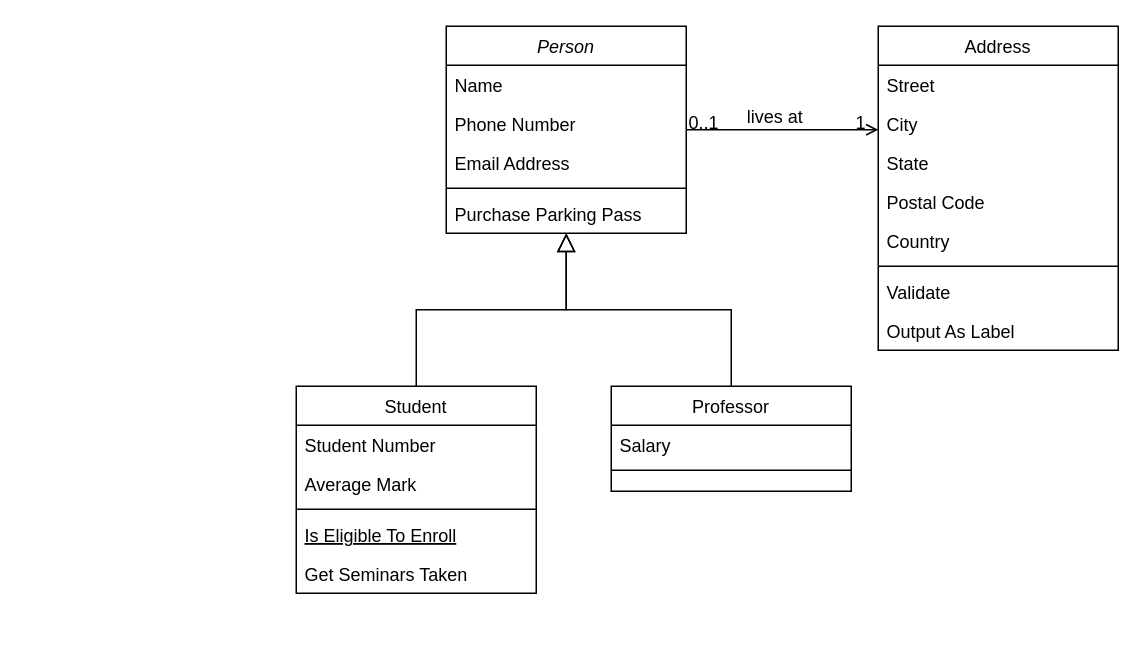
chordcreater/chordcreater.github.io keeps this draw.io diagram as 健康度打灯规则类图.drawio. Above is the earlier version. Source tidied: cells renumbered, new cells numbered last; positions are measured from the earlier drawing's top-left corner, leaving out a move shared by most shapes. Both pictures are drawn from the tidied source at 150%, with x=0, y=0 at pixel (296, 26).
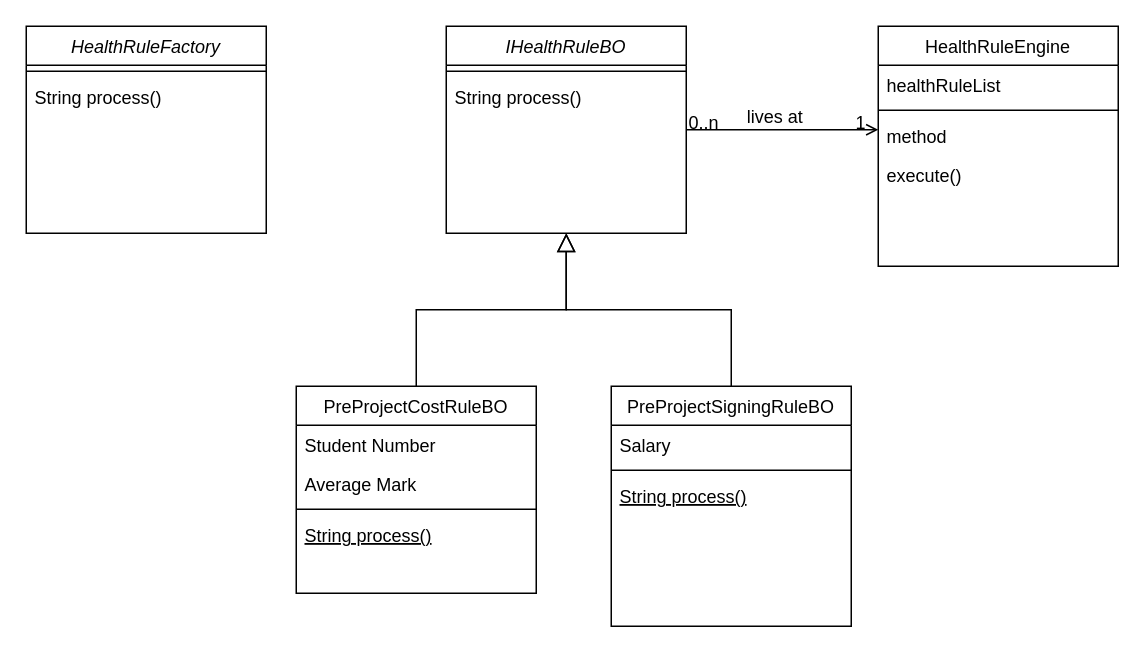
The same diagram, later.

Commit message (it also covers changes not shown here):
更新健康度打灯规则类图.drawio

The change refers to these unchanged cells:
```xml
<mxCell id="28" style="endArrow=open;shadow=0;strokeWidth=1;rounded=0;curved=0;endFill=1;edgeStyle=elbowEdgeStyle;elbow=vertical;" parent="1" edge="1" source="2" target="19">
  <mxGeometry x="0.5" y="41" relative="1" as="geometry">
    <mxPoint x="-40" y="32" as="offset" />
  </mxGeometry>
</mxCell>
```

What changed in the source:
```diff
@@
-    <mxCell id="2" value="Person" style="swimlane;fontStyle=2;align=center;verticalAlign=top;horizontal=1;startSize=26;rounded=0;shadow=0;strokeWidth=1;" parent="1" vertex="1">
+    <mxCell id="2" value="IHealthRuleBO" style="swimlane;fontStyle=2;align=center;verticalAlign=top;horizontal=1;startSize=26;rounded=0;shadow=0;strokeWidth=1;" parent="1" vertex="1">
       <mxGeometry x="100" width="160" height="138" as="geometry" />
     </mxCell>
-    <mxCell id="3" value="Name" style="text;align=left;verticalAlign=top;spacingLeft=4;spacingRight=4;overflow=hidden;" parent="2" vertex="1">
-      <mxGeometry y="26" width="160" height="26" as="geometry" />
-    </mxCell>
-    <mxCell id="4" value="Phone Number" style="text;align=left;verticalAlign=top;spacingLeft=4;spacingRight=4;overflow=hidden;rounded=0;shadow=0;html=0;" parent="2" vertex="1">
-      <mxGeometry y="52" width="160" height="26" as="geometry" />
-    </mxCell>
-    <mxCell id="5" value="Email Address" style="text;align=left;verticalAlign=top;spacingLeft=4;spacingRight=4;overflow=hidden;rounded=0;shadow=0;html=0;" parent="2" vertex="1">
-      <mxGeometry y="78" width="160" height="26" as="geometry" />
-    </mxCell>
     <mxCell id="6" style="line;html=1;strokeWidth=1;align=left;verticalAlign=middle;spacingTop=-1;spacingLeft=3;spacingRight=3;labelPosition=right;" parent="2" vertex="1">
-      <mxGeometry y="104" width="160" height="8" as="geometry" />
+      <mxGeometry y="26" width="160" height="8" as="geometry" />
     </mxCell>
-    <mxCell id="7" value="Purchase Parking Pass" style="text;align=left;verticalAlign=top;spacingLeft=4;spacingRight=4;overflow=hidden;" parent="2" vertex="1">
-      <mxGeometry y="112" width="160" height="26" as="geometry" />
+    <mxCell id="7" value="String process()" style="text;align=left;verticalAlign=top;spacingLeft=4;spacingRight=4;overflow=hidden;" parent="2" vertex="1">
+      <mxGeometry y="34" width="160" height="26" as="geometry" />
     </mxCell>
-    <mxCell id="8" value="Student" style="swimlane;fontStyle=0;align=center;verticalAlign=top;horizontal=1;startSize=26;rounded=0;shadow=0;strokeWidth=1;" parent="1" vertex="1">
+    <mxCell id="8" value="PreProjectCostRuleBO" style="swimlane;fontStyle=0;align=center;verticalAlign=top;horizontal=1;startSize=26;rounded=0;shadow=0;strokeWidth=1;" parent="1" vertex="1">
       <mxGeometry y="240" width="160" height="138" as="geometry" />
     </mxCell>
@@
-    <mxCell id="12" value="Is Eligible To Enroll" style="text;align=left;verticalAlign=top;spacingLeft=4;spacingRight=4;overflow=hidden;fontStyle=4;" parent="8" vertex="1">
+    <mxCell id="12" value="String process()" style="text;align=left;verticalAlign=top;spacingLeft=4;spacingRight=4;overflow=hidden;fontStyle=4;" parent="8" vertex="1">
       <mxGeometry y="86" width="160" height="26" as="geometry" />
     </mxCell>
-    <mxCell id="13" value="Get Seminars Taken" style="text;align=left;verticalAlign=top;spacingLeft=4;spacingRight=4;overflow=hidden;" parent="8" vertex="1">
-      <mxGeometry y="112" width="160" height="26" as="geometry" />
-    </mxCell>
@@
-    <mxCell id="15" value="Professor" style="swimlane;fontStyle=0;align=center;verticalAlign=top;horizontal=1;startSize=26;rounded=0;shadow=0;strokeWidth=1;" parent="1" vertex="1">
-      <mxGeometry x="210" y="240" width="160" height="70" as="geometry" />
+    <mxCell id="15" value="PreProjectSigningRuleBO" style="swimlane;fontStyle=0;align=center;verticalAlign=top;horizontal=1;startSize=26;rounded=0;shadow=0;strokeWidth=1;" parent="1" vertex="1">
+      <mxGeometry x="210" y="240" width="160" height="160" as="geometry" />
     </mxCell>
@@
+    <mxCell id="32" value="String process()" style="text;align=left;verticalAlign=top;spacingLeft=4;spacingRight=4;overflow=hidden;fontStyle=4;" parent="15" vertex="1">
+      <mxGeometry y="60" width="160" height="26" as="geometry" />
+    </mxCell>
@@
-    <mxCell id="19" value="Address" style="swimlane;fontStyle=0;align=center;verticalAlign=top;horizontal=1;startSize=26;rounded=0;shadow=0;strokeWidth=1;" parent="1" vertex="1">
-      <mxGeometry x="388" width="160" height="216" as="geometry" />
+    <mxCell id="19" value="HealthRuleEngine" style="swimlane;fontStyle=0;align=center;verticalAlign=top;horizontal=1;startSize=26;rounded=0;shadow=0;strokeWidth=1;" parent="1" vertex="1">
+      <mxGeometry x="388" width="160" height="160" as="geometry" />
     </mxCell>
-    <mxCell id="20" value="Street" style="text;align=left;verticalAlign=top;spacingLeft=4;spacingRight=4;overflow=hidden;" parent="19" vertex="1">
+    <mxCell id="20" value="healthRuleList" style="text;align=left;verticalAlign=top;spacingLeft=4;spacingRight=4;overflow=hidden;" parent="19" vertex="1">
       <mxGeometry y="26" width="160" height="26" as="geometry" />
     </mxCell>
-    <mxCell id="21" value="City" style="text;align=left;verticalAlign=top;spacingLeft=4;spacingRight=4;overflow=hidden;rounded=0;shadow=0;html=0;" parent="19" vertex="1">
-      <mxGeometry y="52" width="160" height="26" as="geometry" />
-    </mxCell>
-    <mxCell id="22" value="State" style="text;align=left;verticalAlign=top;spacingLeft=4;spacingRight=4;overflow=hidden;rounded=0;shadow=0;html=0;" parent="19" vertex="1">
-      <mxGeometry y="78" width="160" height="26" as="geometry" />
-    </mxCell>
-    <mxCell id="23" value="Postal Code" style="text;align=left;verticalAlign=top;spacingLeft=4;spacingRight=4;overflow=hidden;rounded=0;shadow=0;html=0;" parent="19" vertex="1">
-      <mxGeometry y="104" width="160" height="26" as="geometry" />
-    </mxCell>
-    <mxCell id="24" value="Country" style="text;align=left;verticalAlign=top;spacingLeft=4;spacingRight=4;overflow=hidden;rounded=0;shadow=0;html=0;" parent="19" vertex="1">
-      <mxGeometry y="130" width="160" height="26" as="geometry" />
-    </mxCell>
     <mxCell id="25" style="line;html=1;strokeWidth=1;align=left;verticalAlign=middle;spacingTop=-1;spacingLeft=3;spacingRight=3;labelPosition=right;" parent="19" vertex="1">
-      <mxGeometry y="156" width="160" height="8" as="geometry" />
+      <mxGeometry y="52" width="160" height="8" as="geometry" />
     </mxCell>
-    <mxCell id="26" value="Validate" style="text;align=left;verticalAlign=top;spacingLeft=4;spacingRight=4;overflow=hidden;" parent="19" vertex="1">
-      <mxGeometry y="164" width="160" height="26" as="geometry" />
+    <mxCell id="26" value="method" style="text;align=left;verticalAlign=top;spacingLeft=4;spacingRight=4;overflow=hidden;" parent="19" vertex="1">
+      <mxGeometry y="60" width="160" height="26" as="geometry" />
     </mxCell>
-    <mxCell id="27" value="Output As Label" style="text;align=left;verticalAlign=top;spacingLeft=4;spacingRight=4;overflow=hidden;" parent="19" vertex="1">
-      <mxGeometry y="190" width="160" height="26" as="geometry" />
+    <mxCell id="27" value="execute()" style="text;align=left;verticalAlign=top;spacingLeft=4;spacingRight=4;overflow=hidden;" parent="19" vertex="1">
+      <mxGeometry y="86" width="160" height="26" as="geometry" />
     </mxCell>
@@
-    <mxCell id="29" value="0..1" style="align=left;verticalAlign=bottom;labelBackgroundColor=none;fontSize=12;" parent="28" vertex="1">
+    <mxCell id="29" value="0..n" style="align=left;verticalAlign=bottom;labelBackgroundColor=none;fontSize=12;" parent="28" vertex="1">
       <mxGeometry x="-1" relative="1" as="geometry">
         <mxPoint y="4" as="offset" />
       </mxGeometry>
     </mxCell>
@@
+    <mxCell id="33" value="HealthRuleFactory" style="swimlane;fontStyle=2;align=center;verticalAlign=top;horizontal=1;startSize=26;rounded=0;shadow=0;strokeWidth=1;" parent="1" vertex="1">
+      <mxGeometry x="-180" width="160" height="138" as="geometry" />
+    </mxCell>
+    <mxCell id="34" style="line;html=1;strokeWidth=1;align=left;verticalAlign=middle;spacingTop=-1;spacingLeft=3;spacingRight=3;labelPosition=right;" parent="33" vertex="1">
+      <mxGeometry y="26" width="160" height="8" as="geometry" />
+    </mxCell>
+    <mxCell id="35" value="String process()" style="text;align=left;verticalAlign=top;spacingLeft=4;spacingRight=4;overflow=hidden;" parent="33" vertex="1">
+      <mxGeometry y="34" width="160" height="26" as="geometry" />
+    </mxCell>
```
